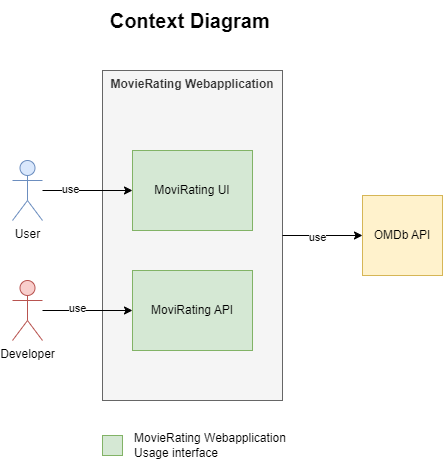
Earlier version of the draw.io export images/Kontextdiagramm.png (studhascja/sqs-psta). Source tidied: cells renumbered, new cells last; positions are measured from the earlier drawing's top-left corner, leaving out a move shared by most shapes. The source it was exported from:
```xml
<mxGraphModel>
  <root>
    <mxCell id="0" />
    <mxCell id="1" parent="0" />
    <mxCell id="2" value="MovieRating Webapplication" style="rounded=0;whiteSpace=wrap;html=1;verticalAlign=top;fontStyle=1;fillColor=#f5f5f5;fontColor=#333333;strokeColor=#666666;" parent="1" vertex="1">
      <mxGeometry x="90" y="70" width="180" height="330" as="geometry" />
    </mxCell>
    <mxCell id="3" value="MoviRating UI" style="rounded=0;whiteSpace=wrap;html=1;fillColor=#d5e8d4;strokeColor=#82b366;" parent="1" vertex="1">
      <mxGeometry x="120" y="150" width="120" height="80" as="geometry" />
    </mxCell>
    <mxCell id="4" value="User" style="shape=umlActor;verticalLabelPosition=bottom;verticalAlign=top;html=1;outlineConnect=0;fillColor=#dae8fc;strokeColor=#6c8ebf;" parent="1" vertex="1">
      <mxGeometry y="160" width="30" height="60" as="geometry" />
    </mxCell>
    <mxCell id="5" value="MoviRating API" style="rounded=0;whiteSpace=wrap;html=1;fillColor=#d5e8d4;strokeColor=#82b366;" parent="1" vertex="1">
      <mxGeometry x="120" y="270" width="120" height="80" as="geometry" />
    </mxCell>
    <mxCell id="6" style="endArrow=classic;html=1;rounded=0;" parent="1" edge="1" source="4" target="3">
      <mxGeometry relative="1" as="geometry" />
    </mxCell>
    <mxCell id="7" value="use" style="edgeLabel;html=1;align=center;verticalAlign=middle;" parent="6" vertex="1">
      <mxGeometry x="-0.38" y="1" relative="1" as="geometry" />
    </mxCell>
    <mxCell id="8" value="OMDb API" style="whiteSpace=wrap;html=1;fillColor=#fff2cc;strokeColor=#d6b656;" parent="1" vertex="1">
      <mxGeometry x="350" y="195" width="80" height="80" as="geometry" />
    </mxCell>
    <mxCell id="9" style="endArrow=classic;html=1;rounded=0;exitX=1;exitY=0.5;exitDx=0;exitDy=0;" parent="1" edge="1" source="2" target="8">
      <mxGeometry relative="1" as="geometry" />
    </mxCell>
    <mxCell id="10" value="use" style="edgeLabel;html=1;align=center;verticalAlign=middle;" parent="9" vertex="1">
      <mxGeometry x="-0.11" y="-2" relative="1" as="geometry" />
    </mxCell>
    <mxCell id="11" style="edgeStyle=orthogonalEdgeStyle;rounded=0;jettySize=auto;html=1;entryX=0;entryY=0.5;entryDx=0;entryDy=0;" parent="1" edge="1" source="13" target="5">
      <mxGeometry relative="1" as="geometry" />
    </mxCell>
    <mxCell id="12" value="use" style="edgeLabel;html=1;align=center;verticalAlign=middle;" parent="11" vertex="1">
      <mxGeometry x="-0.23" y="2" relative="1" as="geometry" />
    </mxCell>
    <mxCell id="13" value="Developer" style="shape=umlActor;verticalLabelPosition=bottom;verticalAlign=top;html=1;outlineConnect=0;fillColor=#f8cecc;strokeColor=#b85450;" parent="1" vertex="1">
      <mxGeometry y="280" width="30" height="60" as="geometry" />
    </mxCell>
    <mxCell id="14" style="rounded=0;whiteSpace=wrap;html=1;fillColor=#d5e8d4;strokeColor=#82b366;" parent="1" vertex="1">
      <mxGeometry x="90" y="435" width="20" height="20" as="geometry" />
    </mxCell>
    <mxCell id="15" value="MovieRating Webapplication Usage interface&amp;nbsp;" style="text;html=1;align=left;verticalAlign=middle;whiteSpace=wrap;rounded=0;" parent="1" vertex="1">
      <mxGeometry x="120" y="430" width="190" height="30" as="geometry" />
    </mxCell>
    <mxCell id="16" value="Context Diagram&amp;nbsp;" style="text;html=1;align=center;verticalAlign=middle;strokeColor=none;fillColor=none;fontStyle=1;fontSize=20;" parent="1" vertex="1">
      <mxGeometry x="90" width="180" height="40" as="geometry" />
    </mxCell>
  </root>
</mxGraphModel>
```
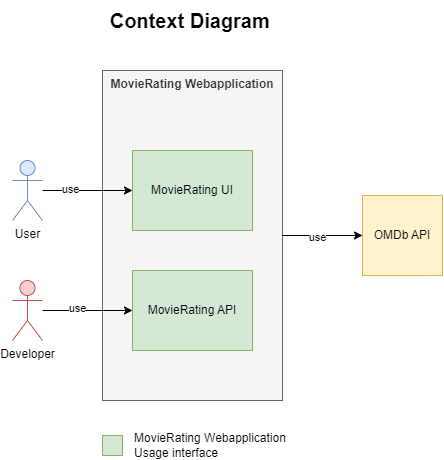
Later version of the same file.

Change to the diagram source:
```diff
@@ -5,13 +5,13 @@
     <mxCell id="2" value="MovieRating Webapplication" style="rounded=0;whiteSpace=wrap;html=1;verticalAlign=top;fontStyle=1;fillColor=#f5f5f5;fontColor=#333333;strokeColor=#666666;" parent="1" vertex="1">
       <mxGeometry x="90" y="70" width="180" height="330" as="geometry" />
     </mxCell>
-    <mxCell id="3" value="MoviRating UI" style="rounded=0;whiteSpace=wrap;html=1;fillColor=#d5e8d4;strokeColor=#82b366;" parent="1" vertex="1">
+    <mxCell id="3" value="MovieRating UI" style="rounded=0;whiteSpace=wrap;html=1;fillColor=#d5e8d4;strokeColor=#82b366;" parent="1" vertex="1">
       <mxGeometry x="120" y="150" width="120" height="80" as="geometry" />
     </mxCell>
     <mxCell id="4" value="User" style="shape=umlActor;verticalLabelPosition=bottom;verticalAlign=top;html=1;outlineConnect=0;fillColor=#dae8fc;strokeColor=#6c8ebf;" parent="1" vertex="1">
       <mxGeometry y="160" width="30" height="60" as="geometry" />
     </mxCell>
-    <mxCell id="5" value="MoviRating API" style="rounded=0;whiteSpace=wrap;html=1;fillColor=#d5e8d4;strokeColor=#82b366;" parent="1" vertex="1">
+    <mxCell id="5" value="MovieRating API" style="rounded=0;whiteSpace=wrap;html=1;fillColor=#d5e8d4;strokeColor=#82b366;" parent="1" vertex="1">
       <mxGeometry x="120" y="270" width="120" height="80" as="geometry" />
     </mxCell>
     <mxCell id="6" style="endArrow=classic;html=1;rounded=0;" parent="1" edge="1" source="4" target="3">
```
